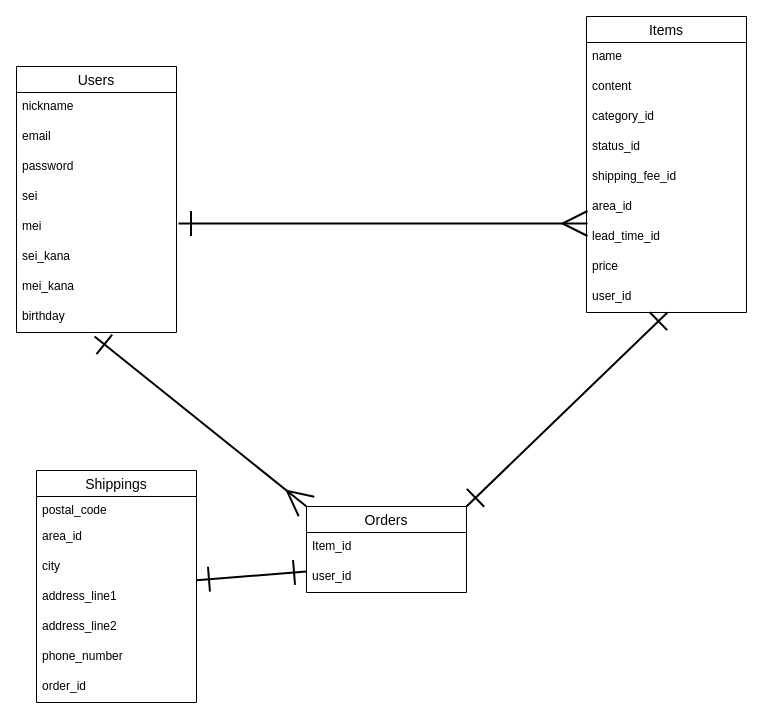
Earlier version of the draw.io diagram DB設計.dio (noir108/furima-39270). Source tidied: cells renumbered, new cells numbered last; positions are measured from the earlier drawing's top-left corner, leaving out a move shared by most shapes. Both pictures are drawn from the tidied source at 100%, with x=0, y=0 at pixel (16, 16).
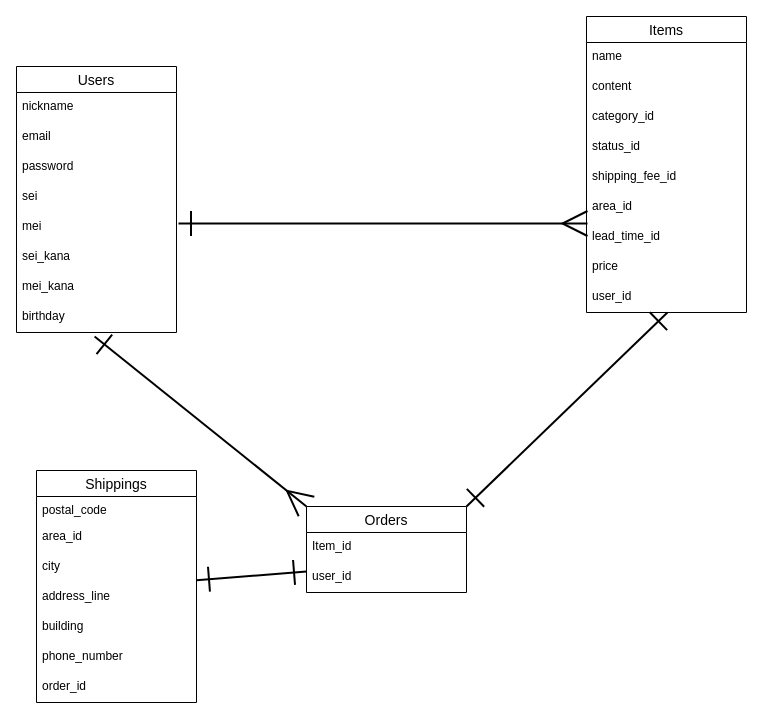
The same diagram, later.

The change refers to these unchanged cells:
```xml
<mxCell id="28" value="Shippings" style="swimlane;fontStyle=0;horizontal=1;startSize=26;align=center;fontSize=14;" parent="1" vertex="1">
  <mxGeometry x="20" y="454" width="160" height="232" as="geometry" />
</mxCell>
```

Diff of the diagram source:
```diff
@@
-    <mxCell id="32" value="address_line1" style="text;strokeColor=none;fillColor=none;spacingLeft=4;spacingRight=4;overflow=hidden;fontSize=12;" parent="28" vertex="1">
+    <mxCell id="32" value="address_line" style="text;strokeColor=none;fillColor=none;spacingLeft=4;spacingRight=4;overflow=hidden;fontSize=12;" parent="28" vertex="1">
       <mxGeometry y="112" width="160" height="30" as="geometry" />
     </mxCell>
-    <mxCell id="33" value="address_line2" style="text;strokeColor=none;fillColor=none;spacingLeft=4;spacingRight=4;overflow=hidden;fontSize=12;" parent="28" vertex="1">
+    <mxCell id="33" value="building" style="text;strokeColor=none;fillColor=none;spacingLeft=4;spacingRight=4;overflow=hidden;fontSize=12;" parent="28" vertex="1">
       <mxGeometry y="142" width="160" height="30" as="geometry" />
     </mxCell>
```
